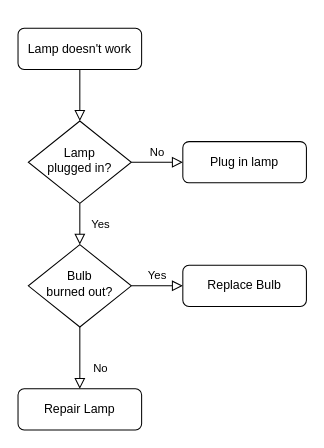
Earlier version of the draw.io diagram 未命名绘图.drawio (leslie1230/-RuanRuan). Source tidied: cells renumbered, new cells numbered last; positions are measured from the earlier drawing's top-left corner, leaving out a move shared by most shapes. Both pictures are drawn from the tidied source at 103%, with x=0, y=0 at pixel (18, 28).
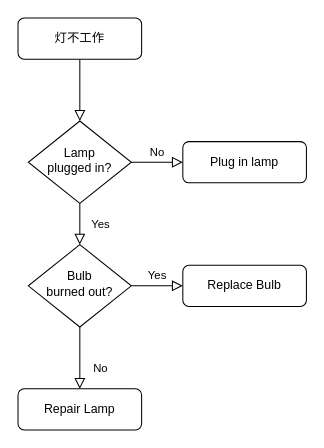
The same diagram, later.

Commit message:
更新未命名绘图.drawio

Diff of the diagram source:
```diff
@@
 <mxGraphModel>
   <root>
     <mxCell id="0" />
     <mxCell id="1" parent="0" />
     <mxCell id="2" style="rounded=0;html=1;jettySize=auto;fontSize=11;endArrow=block;endFill=0;endSize=8;strokeWidth=1;shadow=0;labelBackgroundColor=none;edgeStyle=orthogonalEdgeStyle;" parent="1" edge="1" source="3" target="6">
       <mxGeometry relative="1" as="geometry" />
     </mxCell>
-    <mxCell id="3" value="Lamp doesn't work" style="rounded=1;whiteSpace=wrap;html=1;fontSize=12;glass=0;strokeWidth=1;shadow=0;" parent="1" vertex="1">
-      <mxGeometry width="120" height="40" as="geometry" />
+    <mxCell id="3" value="灯不工作" style="rounded=1;whiteSpace=wrap;html=1;fontSize=12;glass=0;strokeWidth=1;shadow=0;" parent="1" vertex="1">
+      <mxGeometry y="-10" width="120" height="40" as="geometry" />
     </mxCell>
     <mxCell id="4" value="Yes" style="rounded=0;html=1;jettySize=auto;fontSize=11;endArrow=block;endFill=0;endSize=8;strokeWidth=1;shadow=0;labelBackgroundColor=none;edgeStyle=orthogonalEdgeStyle;" parent="1" edge="1" source="6" target="10">
       <mxGeometry y="20" relative="1" as="geometry" />
     </mxCell>
     <mxCell id="5" value="No" style="edgeStyle=orthogonalEdgeStyle;rounded=0;html=1;jettySize=auto;fontSize=11;endArrow=block;endFill=0;endSize=8;strokeWidth=1;shadow=0;labelBackgroundColor=none;" parent="1" edge="1" source="6" target="7">
       <mxGeometry y="10" relative="1" as="geometry" />
     </mxCell>
     <mxCell id="6" value="Lamp&lt;br&gt;plugged in?" style="rhombus;whiteSpace=wrap;html=1;shadow=0;fontFamily=Helvetica;fontSize=12;align=center;strokeWidth=1;spacing=6;spacingTop=-4;" parent="1" vertex="1">
       <mxGeometry x="10" y="90" width="100" height="80" as="geometry" />
     </mxCell>
     <mxCell id="7" value="Plug in lamp" style="rounded=1;whiteSpace=wrap;html=1;fontSize=12;glass=0;strokeWidth=1;shadow=0;" parent="1" vertex="1">
       <mxGeometry x="160" y="110" width="120" height="40" as="geometry" />
     </mxCell>
     <mxCell id="8" value="No" style="rounded=0;html=1;jettySize=auto;fontSize=11;endArrow=block;endFill=0;endSize=8;strokeWidth=1;shadow=0;labelBackgroundColor=none;edgeStyle=orthogonalEdgeStyle;" parent="1" edge="1" source="10" target="11">
       <mxGeometry x="0.33" y="20" relative="1" as="geometry" />
     </mxCell>
     <mxCell id="9" value="Yes" style="edgeStyle=orthogonalEdgeStyle;rounded=0;html=1;jettySize=auto;fontSize=11;endArrow=block;endFill=0;endSize=8;strokeWidth=1;shadow=0;labelBackgroundColor=none;" parent="1" edge="1" source="10" target="12">
       <mxGeometry y="10" relative="1" as="geometry" />
     </mxCell>
     <mxCell id="10" value="Bulb&lt;br&gt;burned out?" style="rhombus;whiteSpace=wrap;html=1;shadow=0;fontFamily=Helvetica;fontSize=12;align=center;strokeWidth=1;spacing=6;spacingTop=-4;" parent="1" vertex="1">
       <mxGeometry x="10" y="210" width="100" height="80" as="geometry" />
     </mxCell>
     <mxCell id="11" value="Repair Lamp" style="rounded=1;whiteSpace=wrap;html=1;fontSize=12;glass=0;strokeWidth=1;shadow=0;" parent="1" vertex="1">
       <mxGeometry y="350" width="120" height="40" as="geometry" />
     </mxCell>
     <mxCell id="12" value="Replace Bulb" style="rounded=1;whiteSpace=wrap;html=1;fontSize=12;glass=0;strokeWidth=1;shadow=0;" parent="1" vertex="1">
       <mxGeometry x="160" y="230" width="120" height="40" as="geometry" />
     </mxCell>
   </root>
 </mxGraphModel>
```
